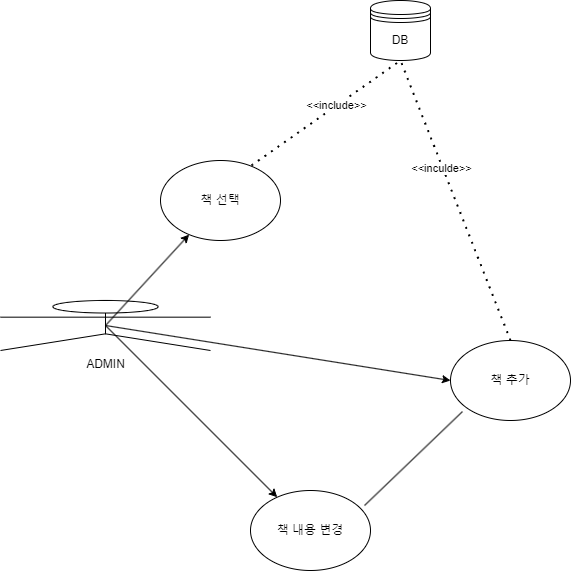
junHyeokP/Algorithm keeps this draw.io diagram as 도서관리 use-case.png. Above is the earlier version. Source tidied: cells renumbered, new cells last; positions are measured from the earlier drawing's top-left corner, leaving out a move shared by most shapes.
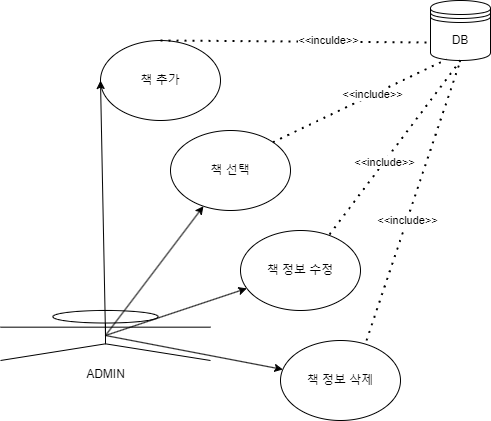
After the change.

Commit message:
도서관리 use-case.png 업데이트

The edit, as a diff of the source:
```diff
@@ -3,7 +3,7 @@
     <mxCell id="0" />
     <mxCell id="1" parent="0" />
     <mxCell id="2" value="책 추가" style="ellipse;whiteSpace=wrap;html=1;" parent="1" vertex="1">
-      <mxGeometry x="450" y="340" width="120" height="80" as="geometry" />
+      <mxGeometry x="100" y="30" width="120" height="80" as="geometry" />
     </mxCell>
     <mxCell id="3" value="ADMIN" style="shape=umlActor;verticalLabelPosition=bottom;verticalAlign=top;html=1;outlineConnect=0;" parent="1" vertex="1">
       <mxGeometry y="300" width="210" height="50" as="geometry" />
@@ -12,9 +12,9 @@
       <mxGeometry relative="1" as="geometry" />
     </mxCell>
     <mxCell id="5" value="DB" style="shape=datastore;whiteSpace=wrap;html=1;" parent="1" vertex="1">
-      <mxGeometry x="370" width="60" height="60" as="geometry" />
+      <mxGeometry x="430" y="-10" width="60" height="60" as="geometry" />
     </mxCell>
-    <mxCell id="6" style="endArrow=none;dashed=1;html=1;dashPattern=1 3;strokeWidth=2;rounded=0;exitX=0.5;exitY=0;exitDx=0;exitDy=0;entryX=0.5;entryY=1;entryDx=0;entryDy=0;" parent="1" edge="1" source="2" target="5">
+    <mxCell id="6" style="endArrow=none;dashed=1;html=1;dashPattern=1 3;strokeWidth=2;rounded=0;exitX=0.5;exitY=0;exitDx=0;exitDy=0;entryX=0;entryY=0.7;entryDx=0;entryDy=0;" parent="1" edge="1" source="2" target="5">
       <mxGeometry relative="1" as="geometry" />
     </mxCell>
     <mxCell id="7" value="&amp;lt;&amp;lt;inculde&amp;gt;&amp;gt;" style="edgeLabel;html=1;align=center;verticalAlign=middle;" parent="6" vertex="1">
@@ -23,23 +23,42 @@
     <mxCell id="8" style="endArrow=classic;html=1;rounded=0;exitX=0.5;exitY=0.5;exitDx=0;exitDy=0;exitPerimeter=0;" parent="1" edge="1" source="3" target="9">
       <mxGeometry relative="1" as="geometry" />
     </mxCell>
-    <mxCell id="9" value="책 내용 변경" style="ellipse;whiteSpace=wrap;html=1;" parent="1" vertex="1">
-      <mxGeometry x="250" y="490" width="120" height="80" as="geometry" />
+    <mxCell id="9" value="책 정보 수정" style="ellipse;whiteSpace=wrap;html=1;" parent="1" vertex="1">
+      <mxGeometry x="240" y="220" width="120" height="80" as="geometry" />
     </mxCell>
-    <mxCell id="10" style="endArrow=none;html=1;rounded=0;exitX=0.95;exitY=0.188;exitDx=0;exitDy=0;exitPerimeter=0;entryX=0.1;entryY=0.888;entryDx=0;entryDy=0;entryPerimeter=0;" parent="1" edge="1" source="9" target="2">
-      <mxGeometry relative="1" as="geometry" />
-    </mxCell>
     <mxCell id="11" style="endArrow=classic;html=1;rounded=0;exitX=0.5;exitY=0.5;exitDx=0;exitDy=0;exitPerimeter=0;" parent="1" edge="1" source="3" target="12">
       <mxGeometry relative="1" as="geometry" />
     </mxCell>
     <mxCell id="12" value="책 선택" style="ellipse;whiteSpace=wrap;html=1;" parent="1" vertex="1">
-      <mxGeometry x="160" y="160" width="120" height="80" as="geometry" />
+      <mxGeometry x="170" y="120" width="120" height="80" as="geometry" />
     </mxCell>
-    <mxCell id="13" style="endArrow=none;dashed=1;html=1;dashPattern=1 3;strokeWidth=2;rounded=0;exitX=0.758;exitY=0.063;exitDx=0;exitDy=0;exitPerimeter=0;entryX=0.5;entryY=1;entryDx=0;entryDy=0;" parent="1" edge="1" source="12" target="5">
+    <mxCell id="13" style="endArrow=none;dashed=1;html=1;dashPattern=1 3;strokeWidth=2;rounded=0;exitX=1;exitY=0;exitDx=0;exitDy=0;entryX=0.267;entryY=0.983;entryDx=0;entryDy=0;entryPerimeter=0;" parent="1" edge="1" source="12" target="5">
       <mxGeometry relative="1" as="geometry" />
     </mxCell>
     <mxCell id="14" value="&amp;lt;&amp;lt;include&amp;gt;&amp;gt;" style="edgeLabel;html=1;align=center;verticalAlign=middle;" parent="13" vertex="1">
       <mxGeometry x="0.14" y="1" relative="1" as="geometry" />
     </mxCell>
+    <mxCell id="15" style="endArrow=classic;html=1;rounded=0;exitX=0.5;exitY=0.5;exitDx=0;exitDy=0;exitPerimeter=0;" parent="1" edge="1" source="3" target="16">
+      <mxGeometry relative="1" as="geometry" />
+    </mxCell>
+    <mxCell id="16" value="책 정보 삭제" style="ellipse;whiteSpace=wrap;html=1;" parent="1" vertex="1">
+      <mxGeometry x="280" y="330" width="120" height="80" as="geometry" />
+    </mxCell>
+    <mxCell id="17" style="endArrow=none;dashed=1;html=1;dashPattern=1 3;strokeWidth=2;rounded=0;exitX=0.742;exitY=0.05;exitDx=0;exitDy=0;exitPerimeter=0;entryX=0.5;entryY=1;entryDx=0;entryDy=0;" parent="1" edge="1" source="9" target="5">
+      <mxGeometry relative="1" as="geometry" />
+    </mxCell>
+    <mxCell id="18" value="&amp;lt;&amp;lt;include&amp;gt;&amp;gt;" style="edgeLabel;html=1;align=center;verticalAlign=middle;" parent="17" vertex="1">
+      <mxGeometry x="-0.17" y="-1" relative="1" as="geometry">
+        <mxPoint x="-1" as="offset" />
+      </mxGeometry>
+    </mxCell>
+    <mxCell id="19" style="endArrow=none;dashed=1;html=1;dashPattern=1 3;strokeWidth=2;rounded=0;exitX=0.717;exitY=0;exitDx=0;exitDy=0;exitPerimeter=0;entryX=0.5;entryY=1;entryDx=0;entryDy=0;" parent="1" edge="1" source="16" target="5">
+      <mxGeometry relative="1" as="geometry" />
+    </mxCell>
+    <mxCell id="20" value="&amp;lt;&amp;lt;include&amp;gt;&amp;gt;" style="edgeLabel;html=1;align=center;verticalAlign=middle;" parent="19" vertex="1">
+      <mxGeometry x="-0.14" y="1" relative="1" as="geometry">
+        <mxPoint x="1" as="offset" />
+      </mxGeometry>
+    </mxCell>
   </root>
 </mxGraphModel>
```
